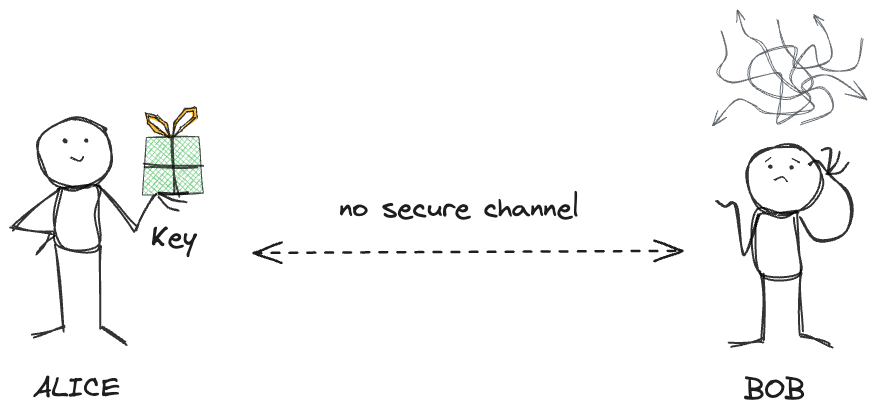
Before: ndclondon-2025/graphics/key-distribution.excalidraw.png, a diagram exported from Excalidraw (filipw/filipw.github.io). Source tidied: one line per element, renumbered; positions are measured from the earlier drawing's top-left corner, leaving out a move shared by most shapes. The source it was exported from:
```json
{"id": 0, "type": "ellipse", "strokeColor": "#000000", "backgroundColor": "#ffffff", "fillStyle": "hachure", "strokeWidth": 2, "roughness": 2, "opacity": 80, "x": 736, "y": 134, "width": 75, "height": 71}
{"id": 1, "type": "line", "strokeColor": "#000000", "backgroundColor": "#ffffff", "fillStyle": "hachure", "strokeWidth": 2, "roughness": 2, "opacity": 80, "round": true, "x": 786, "y": 205, "width": 43, "height": 64, "points": [[0, 0], [0, 34], [0, 60], [-38, 59], [-43, 23], [-37, -4], [-17, 0], [0, 0]]}
{"id": 2, "type": "line", "strokeColor": "#000000", "backgroundColor": "#ffffff", "fillStyle": "hachure", "strokeWidth": 2, "roughness": 1, "opacity": 80, "round": true, "x": 789, "y": 207, "width": 52, "height": 79, "points": [[0, 0], [13, 21], [31, 22], [47, 15], [52, -5], [46, -24], [30, -41], [18, -57], [10, -51]]}
{"id": 3, "type": "line", "strokeColor": "#000000", "backgroundColor": "#ffffff", "fillStyle": "hachure", "strokeWidth": 2, "roughness": 1, "opacity": 80, "round": true, "x": 748, "y": 206, "width": 41, "height": 52, "points": [[0, 0], [-15, 38], [-23, -10], [-33, -9], [-41, -14]]}
{"id": 4, "type": "line", "strokeColor": "#000000", "backgroundColor": "#ffffff", "fillStyle": "hachure", "strokeWidth": 2, "roughness": 2, "opacity": 80, "x": 790, "y": 263, "width": 31, "height": 74, "points": [[0, 0], [1, 60], [31, 74]]}
{"id": 5, "type": "line", "strokeColor": "#000000", "backgroundColor": "#ffffff", "fillStyle": "hachure", "strokeWidth": 2, "roughness": 1, "opacity": 80, "round": true, "x": 818, "y": 161, "width": 9, "height": 21, "points": [[0, 0], [2, -21], [-7, -20]]}
{"id": 6, "type": "line", "strokeColor": "#000000", "backgroundColor": "#ffffff", "fillStyle": "hachure", "strokeWidth": 2, "roughness": 1, "opacity": 80, "round": true, "x": 818, "y": 163, "width": 11, "height": 20, "points": [[0, 0], [9, -10], [11, -20]]}
{"id": 7, "type": "line", "strokeColor": "#000000", "backgroundColor": "#ffffff", "fillStyle": "hachure", "strokeWidth": 2, "roughness": 1, "opacity": 80, "round": true, "x": 816, "y": 165, "width": 21, "height": 12, "points": [[0, 0], [13, -2], [21, -12]]}
{"id": 8, "type": "line", "strokeColor": "#000000", "backgroundColor": "#ffffff", "fillStyle": "hachure", "strokeWidth": 2, "roughness": 2, "opacity": 80, "x": 752, "y": 265, "width": 32, "height": 71, "points": [[0, 0], [2, 64], [-30, 71]]}
{"id": 9, "type": "line", "strokeColor": "#000000", "backgroundColor": "#ffffff", "fillStyle": "cross-hatch", "strokeWidth": 1, "roughness": 1, "opacity": 80, "round": true, "x": 777, "y": 172, "width": 13, "height": 5, "points": [[0, 0], [-5, -5], [-13, -1]]}
{"id": 10, "type": "freedraw", "strokeColor": "#000000", "backgroundColor": "#ffffff", "fillStyle": "cross-hatch", "strokeWidth": 1, "roughness": 1, "opacity": 80, "x": 781, "y": 158, "width": 0, "height": 0, "points": [[0, 0], [0, 0]]}
{"id": 11, "type": "freedraw", "strokeColor": "#000000", "backgroundColor": "#ffffff", "fillStyle": "cross-hatch", "strokeWidth": 1, "roughness": 1, "opacity": 80, "x": 760, "y": 157, "width": 0, "height": 0, "points": [[0, 0], [0, 0]]}
{"id": 12, "type": "line", "strokeColor": "#000000", "backgroundColor": "#ffffff", "fillStyle": "cross-hatch", "strokeWidth": 1, "roughness": 1, "opacity": 80, "round": true, "x": 789, "y": 153, "width": 8, "height": 4, "points": [[0, 0], [-8, -4]]}
{"id": 13, "type": "line", "strokeColor": "#000000", "backgroundColor": "#ffffff", "fillStyle": "cross-hatch", "strokeWidth": 1, "roughness": 1, "opacity": 80, "round": true, "x": 755, "y": 152, "width": 6, "height": 4, "points": [[0, 0], [6, -4]]}
{"id": 14, "type": "arrow", "strokeColor": "#495057", "backgroundColor": "#ffffff", "fillStyle": "cross-hatch", "strokeWidth": 1, "roughness": 1, "opacity": 80, "endArrowhead": "arrow", "round": true, "x": 790, "y": 114, "width": 81, "height": 107, "points": [[0, 0], [32, -14], [20, -37], [-15, -25], [-49, -40], [-44, -66], [-6, -77], [-5, -57], [29, -63], [28, -89], [12, -107]]}
{"id": 15, "type": "arrow", "strokeColor": "#495057", "backgroundColor": "#ffffff", "fillStyle": "cross-hatch", "strokeWidth": 1, "roughness": 1, "opacity": 80, "endArrowhead": "arrow", "round": true, "x": 852, "y": 30, "width": 149, "height": 86, "points": [[0, 0], [-9, 28], [-41, 29], [-49, 6], [-72, 35], [-64, 52], [-49, 67], [-64, 74], [-97, 74], [-112, 64], [-127, 61], [-149, 86]]}
{"id": 16, "type": "arrow", "strokeColor": "#495057", "backgroundColor": "#ffffff", "fillStyle": "cross-hatch", "strokeWidth": 1, "roughness": 1, "opacity": 80, "endArrowhead": "arrow", "round": true, "x": 710, "y": 22, "width": 150, "height": 92, "points": [[0, 0], [6, 23], [-3, 41], [12, 51], [38, 44], [58, 41], [61, 58], [58, 78], [58, 92], [89, 70], [81, 54], [109, 43], [147, 68]]}
{"id": 17, "type": "arrow", "strokeColor": "#495057", "backgroundColor": "#ffffff", "fillStyle": "cross-hatch", "strokeWidth": 1, "roughness": 1, "opacity": 80, "endArrowhead": "arrow", "round": true, "x": 768, "y": 10, "width": 76, "height": 82, "points": [[0, 0], [8, 29], [35, 60], [23, 72], [-2, 52], [-15, 26], [-32, 14], [-41, -10]]}
{"id": 18, "type": "line", "strokeColor": "#000000", "backgroundColor": "#40c057", "fillStyle": "cross-hatch", "strokeWidth": 1, "roughness": 1, "opacity": 70, "x": 136, "y": 128, "width": 61, "height": 58, "points": [[0, 0], [53, -1], [57, 56], [-4, 58], [0, 0]]}
{"id": 19, "type": "line", "strokeColor": "#000000", "backgroundColor": "#40c057", "fillStyle": "solid", "strokeWidth": 2, "roughness": 2, "opacity": 70, "x": 162, "y": 128, "width": 4, "height": 56, "points": [[0, 0], [4, 56]]}
{"id": 20, "type": "line", "strokeColor": "#000000", "backgroundColor": "#40c057", "fillStyle": "solid", "strokeWidth": 2, "roughness": 2, "opacity": 70, "x": 135, "y": 156, "width": 56, "height": 1, "points": [[0, 0], [56, -1]]}
{"id": 21, "type": "line", "strokeColor": "#000000", "backgroundColor": "#fab005", "fillStyle": "solid", "strokeWidth": 1, "roughness": 2, "opacity": 80, "x": 160, "y": 128, "width": 25, "height": 25, "points": [[0, 0], [-3, -14], [-15, -22], [-25, -25], [-22, -13], [-16, -6], [0, 0], [-12, -9], [-21, -15], [-22, -22], [-15, -20], [-6, -13], [0, 0]]}
{"id": 22, "type": "line", "strokeColor": "#000000", "backgroundColor": "#fab005", "fillStyle": "solid", "strokeWidth": 1, "roughness": 2, "opacity": 80, "x": 163, "y": 126, "width": 24, "height": 29, "points": [[0, 0], [2, -14], [12, -26], [24, -28], [24, -18], [10, -6], [1, 0], [9, -9], [21, -19], [21, -25], [13, -23], [4, -13], [0, 0]]}
{"id": 23, "type": "ellipse", "strokeColor": "#000000", "backgroundColor": "#ffffff", "fillStyle": "hachure", "strokeWidth": 2, "roughness": 2, "opacity": 80, "x": 27, "y": 108, "width": 75, "height": 71}
{"id": 24, "type": "line", "strokeColor": "#000000", "backgroundColor": "#ffffff", "fillStyle": "hachure", "strokeWidth": 2, "roughness": 2, "opacity": 80, "round": true, "x": 50, "y": 179, "width": 44, "height": 64, "points": [[0, 0], [-7, 34], [0, 60], [38, 59], [37, 24], [37, -4], [17, 0], [0, 0]]}
{"id": 25, "type": "line", "strokeColor": "#000000", "backgroundColor": "#ffffff", "fillStyle": "hachure", "strokeWidth": 2, "roughness": 2, "opacity": 80, "x": 48, "y": 182, "width": 48, "height": 60, "points": [[0, 0], [-48, 36], [-5, 43], [-23, 60]]}
{"id": 26, "type": "line", "strokeColor": "#000000", "backgroundColor": "#ffffff", "fillStyle": "hachure", "strokeWidth": 2, "roughness": 2, "opacity": 80, "x": 90, "y": 176, "width": 54, "height": 44, "points": [[0, 0], [34, 44], [54, 9]]}
{"id": 27, "type": "line", "strokeColor": "#000000", "backgroundColor": "#ffffff", "fillStyle": "hachure", "strokeWidth": 2, "roughness": 1, "opacity": 80, "round": true, "x": 149, "y": 183, "width": 28, "height": 2, "points": [[0, 0], [15, 2], [28, 1]]}
{"id": 28, "type": "line", "strokeColor": "#000000", "backgroundColor": "#ffffff", "fillStyle": "hachure", "strokeWidth": 2, "roughness": 1, "opacity": 80, "round": true, "x": 148, "y": 183, "width": 27, "height": 9, "points": [[0, 0], [14, 7], [27, 9]]}
{"id": 29, "type": "line", "strokeColor": "#000000", "backgroundColor": "#ffffff", "fillStyle": "hachure", "strokeWidth": 2, "roughness": 1, "opacity": 80, "round": true, "x": 148, "y": 187, "width": 20, "height": 13, "points": [[0, 0], [9, 11], [20, 13]]}
{"id": 30, "type": "line", "strokeColor": "#000000", "backgroundColor": "#ffffff", "fillStyle": "hachure", "strokeWidth": 2, "roughness": 2, "opacity": 80, "x": 47, "y": 239, "width": 30, "height": 89, "points": [[0, 0], [5, 79], [-25, 89]]}
{"id": 31, "type": "line", "strokeColor": "#000000", "backgroundColor": "#ffffff", "fillStyle": "hachure", "strokeWidth": 2, "roughness": 2, "opacity": 80, "x": 90, "y": 240, "width": 25, "height": 95, "points": [[0, 0], [1, 79], [25, 95]]}
{"id": 32, "type": "freedraw", "strokeColor": "#000000", "backgroundColor": "#ffffff", "fillStyle": "cross-hatch", "strokeWidth": 1, "roughness": 1, "opacity": 80, "x": 55, "y": 131, "width": 1, "height": 1, "points": [[0, 0], [1, 1]]}
{"id": 33, "type": "freedraw", "strokeColor": "#000000", "backgroundColor": "#ffffff", "fillStyle": "cross-hatch", "strokeWidth": 1, "roughness": 1, "opacity": 80, "x": 76, "y": 131, "width": 0, "height": 1, "points": [[0, 0], [0, -1], [0, 0]]}
{"id": 34, "type": "line", "strokeColor": "#000000", "angle": 3.15, "backgroundColor": "#ffffff", "fillStyle": "cross-hatch", "strokeWidth": 1, "roughness": 1, "opacity": 80, "round": true, "x": 60, "y": 152, "width": 13, "height": 5, "points": [[0, 0], [5, -5], [13, -1]]}
{"id": 35, "type": "text", "text": "Key", "strokeColor": "#1e1e1e", "strokeWidth": 2, "roughness": 1, "fontSize": 28, "fontFamily": 1, "x": 140, "y": 210, "width": 46, "height": 35}
{"id": 36, "type": "arrow", "strokeColor": "#1e1e1e", "strokeWidth": 2, "strokeStyle": "dashed", "roughness": 1, "startArrowhead": "arrow", "endArrowhead": "arrow", "round": true, "x": 243, "y": 244, "width": 430, "height": 3, "points": [[0, 0], [430, -3]]}
{"id": 37, "type": "text", "text": "no secure channel", "strokeColor": "#1e1e1e", "strokeWidth": 2, "roughness": 1, "fontSize": 28, "fontFamily": 1, "x": 329, "y": 181, "width": 240, "height": 35}
{"id": 38, "type": "text", "text": "ALICE", "strokeColor": "#1e1e1e", "strokeWidth": 2, "strokeStyle": "dashed", "roughness": 1, "fontSize": 28, "fontFamily": 1, "x": 23, "y": 362, "width": 87, "height": 35}
{"id": 39, "type": "text", "text": "BOB", "strokeColor": "#1e1e1e", "strokeWidth": 2, "strokeStyle": "dashed", "roughness": 1, "fontSize": 28, "fontFamily": 1, "x": 734, "y": 363, "width": 61, "height": 35}
```
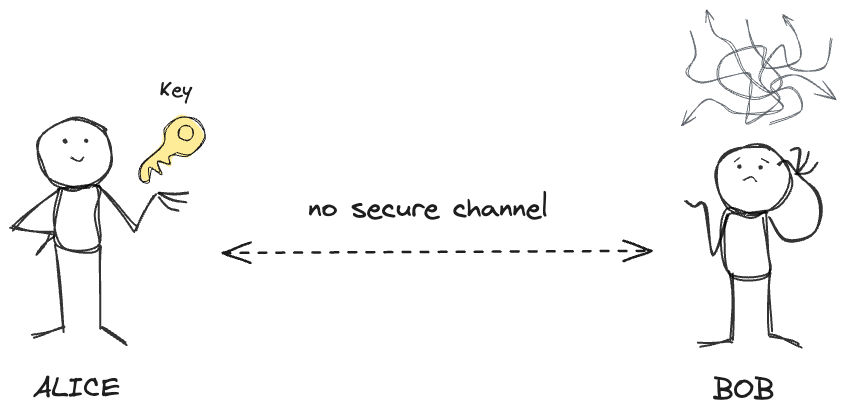
Later version of the same file.

The edit, as a diff of the source:
```diff
@@ -16,25 +16,23 @@
 {"id": 15, "type": "arrow", "strokeColor": "#495057", "backgroundColor": "#ffffff", "fillStyle": "cross-hatch", "strokeWidth": 1, "roughness": 1, "opacity": 80, "endArrowhead": "arrow", "round": true, "x": 852, "y": 30, "width": 149, "height": 86, "points": [[0, 0], [-9, 28], [-41, 29], [-49, 6], [-72, 35], [-64, 52], [-49, 67], [-64, 74], [-97, 74], [-112, 64], [-127, 61], [-149, 86]]}
 {"id": 16, "type": "arrow", "strokeColor": "#495057", "backgroundColor": "#ffffff", "fillStyle": "cross-hatch", "strokeWidth": 1, "roughness": 1, "opacity": 80, "endArrowhead": "arrow", "round": true, "x": 710, "y": 22, "width": 150, "height": 92, "points": [[0, 0], [6, 23], [-3, 41], [12, 51], [38, 44], [58, 41], [61, 58], [58, 78], [58, 92], [89, 70], [81, 54], [109, 43], [147, 68]]}
 {"id": 17, "type": "arrow", "strokeColor": "#495057", "backgroundColor": "#ffffff", "fillStyle": "cross-hatch", "strokeWidth": 1, "roughness": 1, "opacity": 80, "endArrowhead": "arrow", "round": true, "x": 768, "y": 10, "width": 76, "height": 82, "points": [[0, 0], [8, 29], [35, 60], [23, 72], [-2, 52], [-15, 26], [-32, 14], [-41, -10]]}
-{"id": 18, "type": "line", "strokeColor": "#000000", "backgroundColor": "#40c057", "fillStyle": "cross-hatch", "strokeWidth": 1, "roughness": 1, "opacity": 70, "x": 136, "y": 128, "width": 61, "height": 58, "points": [[0, 0], [53, -1], [57, 56], [-4, 58], [0, 0]]}
-{"id": 19, "type": "line", "strokeColor": "#000000", "backgroundColor": "#40c057", "fillStyle": "solid", "strokeWidth": 2, "roughness": 2, "opacity": 70, "x": 162, "y": 128, "width": 4, "height": 56, "points": [[0, 0], [4, 56]]}
-{"id": 20, "type": "line", "strokeColor": "#000000", "backgroundColor": "#40c057", "fillStyle": "solid", "strokeWidth": 2, "roughness": 2, "opacity": 70, "x": 135, "y": 156, "width": 56, "height": 1, "points": [[0, 0], [56, -1]]}
-{"id": 21, "type": "line", "strokeColor": "#000000", "backgroundColor": "#fab005", "fillStyle": "solid", "strokeWidth": 1, "roughness": 2, "opacity": 80, "x": 160, "y": 128, "width": 25, "height": 25, "points": [[0, 0], [-3, -14], [-15, -22], [-25, -25], [-22, -13], [-16, -6], [0, 0], [-12, -9], [-21, -15], [-22, -22], [-15, -20], [-6, -13], [0, 0]]}
-{"id": 22, "type": "line", "strokeColor": "#000000", "backgroundColor": "#fab005", "fillStyle": "solid", "strokeWidth": 1, "roughness": 2, "opacity": 80, "x": 163, "y": 126, "width": 24, "height": 29, "points": [[0, 0], [2, -14], [12, -26], [24, -28], [24, -18], [10, -6], [1, 0], [9, -9], [21, -19], [21, -25], [13, -23], [4, -13], [0, 0]]}
-{"id": 23, "type": "ellipse", "strokeColor": "#000000", "backgroundColor": "#ffffff", "fillStyle": "hachure", "strokeWidth": 2, "roughness": 2, "opacity": 80, "x": 27, "y": 108, "width": 75, "height": 71}
+{"id": 23, "type": "ellipse", "strokeColor": "#000000", "backgroundColor": "#ffffff", "fillStyle": "hachure", "strokeWidth": 2, "roughness": 2, "opacity": 80, "x": 58, "y": 108, "width": 75, "height": 71}
-{"id": 24, "type": "line", "strokeColor": "#000000", "backgroundColor": "#ffffff", "fillStyle": "hachure", "strokeWidth": 2, "roughness": 2, "opacity": 80, "round": true, "x": 50, "y": 179, "width": 44, "height": 64, "points": [[0, 0], [-7, 34], [0, 60], [38, 59], [37, 24], [37, -4], [17, 0], [0, 0]]}
+{"id": 24, "type": "line", "strokeColor": "#000000", "backgroundColor": "#ffffff", "fillStyle": "hachure", "strokeWidth": 2, "roughness": 2, "opacity": 80, "round": true, "x": 81, "y": 179, "width": 44, "height": 64, "points": [[0, 0], [-7, 34], [0, 60], [38, 59], [37, 24], [37, -4], [17, 0], [0, 0]]}
-{"id": 25, "type": "line", "strokeColor": "#000000", "backgroundColor": "#ffffff", "fillStyle": "hachure", "strokeWidth": 2, "roughness": 2, "opacity": 80, "x": 48, "y": 182, "width": 48, "height": 60, "points": [[0, 0], [-48, 36], [-5, 43], [-23, 60]]}
+{"id": 25, "type": "line", "strokeColor": "#000000", "backgroundColor": "#ffffff", "fillStyle": "hachure", "strokeWidth": 2, "roughness": 2, "opacity": 80, "x": 79, "y": 182, "width": 48, "height": 60, "points": [[0, 0], [-48, 36], [-5, 43], [-23, 60]]}
-{"id": 26, "type": "line", "strokeColor": "#000000", "backgroundColor": "#ffffff", "fillStyle": "hachure", "strokeWidth": 2, "roughness": 2, "opacity": 80, "x": 90, "y": 176, "width": 54, "height": 44, "points": [[0, 0], [34, 44], [54, 9]]}
+{"id": 26, "type": "line", "strokeColor": "#000000", "backgroundColor": "#ffffff", "fillStyle": "hachure", "strokeWidth": 2, "roughness": 2, "opacity": 80, "x": 121, "y": 176, "width": 54, "height": 44, "points": [[0, 0], [34, 44], [54, 9]]}
-{"id": 27, "type": "line", "strokeColor": "#000000", "backgroundColor": "#ffffff", "fillStyle": "hachure", "strokeWidth": 2, "roughness": 1, "opacity": 80, "round": true, "x": 149, "y": 183, "width": 28, "height": 2, "points": [[0, 0], [15, 2], [28, 1]]}
+{"id": 27, "type": "line", "strokeColor": "#000000", "backgroundColor": "#ffffff", "fillStyle": "hachure", "strokeWidth": 2, "roughness": 1, "opacity": 80, "round": true, "x": 180, "y": 183, "width": 28, "height": 2, "points": [[0, 0], [15, 2], [28, 1]]}
-{"id": 28, "type": "line", "strokeColor": "#000000", "backgroundColor": "#ffffff", "fillStyle": "hachure", "strokeWidth": 2, "roughness": 1, "opacity": 80, "round": true, "x": 148, "y": 183, "width": 27, "height": 9, "points": [[0, 0], [14, 7], [27, 9]]}
+{"id": 28, "type": "line", "strokeColor": "#000000", "backgroundColor": "#ffffff", "fillStyle": "hachure", "strokeWidth": 2, "roughness": 1, "opacity": 80, "round": true, "x": 179, "y": 184, "width": 27, "height": 9, "points": [[0, 0], [14, 7], [27, 9]]}
-{"id": 29, "type": "line", "strokeColor": "#000000", "backgroundColor": "#ffffff", "fillStyle": "hachure", "strokeWidth": 2, "roughness": 1, "opacity": 80, "round": true, "x": 148, "y": 187, "width": 20, "height": 13, "points": [[0, 0], [9, 11], [20, 13]]}
+{"id": 29, "type": "line", "strokeColor": "#000000", "backgroundColor": "#ffffff", "fillStyle": "hachure", "strokeWidth": 2, "roughness": 1, "opacity": 80, "round": true, "x": 179, "y": 188, "width": 20, "height": 13, "points": [[0, 0], [9, 11], [20, 13]]}
-{"id": 30, "type": "line", "strokeColor": "#000000", "backgroundColor": "#ffffff", "fillStyle": "hachure", "strokeWidth": 2, "roughness": 2, "opacity": 80, "x": 47, "y": 239, "width": 30, "height": 89, "points": [[0, 0], [5, 79], [-25, 89]]}
+{"id": 30, "type": "line", "strokeColor": "#000000", "backgroundColor": "#ffffff", "fillStyle": "hachure", "strokeWidth": 2, "roughness": 2, "opacity": 80, "x": 78, "y": 239, "width": 30, "height": 89, "points": [[0, 0], [5, 79], [-25, 89]]}
-{"id": 31, "type": "line", "strokeColor": "#000000", "backgroundColor": "#ffffff", "fillStyle": "hachure", "strokeWidth": 2, "roughness": 2, "opacity": 80, "x": 90, "y": 240, "width": 25, "height": 95, "points": [[0, 0], [1, 79], [25, 95]]}
+{"id": 31, "type": "line", "strokeColor": "#000000", "backgroundColor": "#ffffff", "fillStyle": "hachure", "strokeWidth": 2, "roughness": 2, "opacity": 80, "x": 121, "y": 240, "width": 25, "height": 95, "points": [[0, 0], [1, 79], [25, 95]]}
-{"id": 32, "type": "freedraw", "strokeColor": "#000000", "backgroundColor": "#ffffff", "fillStyle": "cross-hatch", "strokeWidth": 1, "roughness": 1, "opacity": 80, "x": 55, "y": 131, "width": 1, "height": 1, "points": [[0, 0], [1, 1]]}
+{"id": 32, "type": "freedraw", "strokeColor": "#000000", "backgroundColor": "#ffffff", "fillStyle": "cross-hatch", "strokeWidth": 1, "roughness": 1, "opacity": 80, "x": 86, "y": 132, "width": 1, "height": 1, "points": [[0, 0], [1, 1]]}
-{"id": 33, "type": "freedraw", "strokeColor": "#000000", "backgroundColor": "#ffffff", "fillStyle": "cross-hatch", "strokeWidth": 1, "roughness": 1, "opacity": 80, "x": 76, "y": 131, "width": 0, "height": 1, "points": [[0, 0], [0, -1], [0, 0]]}
+{"id": 33, "type": "freedraw", "strokeColor": "#000000", "backgroundColor": "#ffffff", "fillStyle": "cross-hatch", "strokeWidth": 1, "roughness": 1, "opacity": 80, "x": 107, "y": 131, "width": 0, "height": 1, "points": [[0, 0], [0, -1], [0, 0]]}
-{"id": 34, "type": "line", "strokeColor": "#000000", "angle": 3.15, "backgroundColor": "#ffffff", "fillStyle": "cross-hatch", "strokeWidth": 1, "roughness": 1, "opacity": 80, "round": true, "x": 60, "y": 152, "width": 13, "height": 5, "points": [[0, 0], [5, -5], [13, -1]]}
+{"id": 34, "type": "line", "strokeColor": "#000000", "angle": 3.15, "backgroundColor": "#ffffff", "fillStyle": "cross-hatch", "strokeWidth": 1, "roughness": 1, "opacity": 80, "round": true, "x": 91, "y": 152, "width": 13, "height": 5, "points": [[0, 0], [5, -5], [13, -1]]}
-{"id": 35, "type": "text", "text": "Key", "strokeColor": "#1e1e1e", "strokeWidth": 2, "roughness": 1, "fontSize": 28, "fontFamily": 1, "x": 140, "y": 210, "width": 46, "height": 35}
 {"id": 36, "type": "arrow", "strokeColor": "#1e1e1e", "strokeWidth": 2, "strokeStyle": "dashed", "roughness": 1, "startArrowhead": "arrow", "endArrowhead": "arrow", "round": true, "x": 243, "y": 244, "width": 430, "height": 3, "points": [[0, 0], [430, -3]]}
 {"id": 37, "type": "text", "text": "no secure channel", "strokeColor": "#1e1e1e", "strokeWidth": 2, "roughness": 1, "fontSize": 28, "fontFamily": 1, "x": 329, "y": 181, "width": 240, "height": 35}
-{"id": 38, "type": "text", "text": "ALICE", "strokeColor": "#1e1e1e", "strokeWidth": 2, "strokeStyle": "dashed", "roughness": 1, "fontSize": 28, "fontFamily": 1, "x": 23, "y": 362, "width": 87, "height": 35}
+{"id": 38, "type": "text", "text": "ALICE", "strokeColor": "#1e1e1e", "strokeWidth": 2, "strokeStyle": "dashed", "roughness": 1, "fontSize": 28, "fontFamily": 1, "x": 54, "y": 362, "width": 87, "height": 35}
 {"id": 39, "type": "text", "text": "BOB", "strokeColor": "#1e1e1e", "strokeWidth": 2, "strokeStyle": "dashed", "roughness": 1, "fontSize": 28, "fontFamily": 1, "x": 734, "y": 363, "width": 61, "height": 35}
+{"id": 40, "type": "ellipse", "strokeColor": "#1e1e1e", "backgroundColor": "#ffec99", "fillStyle": "solid", "strokeWidth": 1, "roughness": 1, "opacity": 0, "x": 138, "y": 94, "width": 116, "height": 116}
+{"id": 41, "type": "line", "strokeColor": "#1e1e1e", "backgroundColor": "#ffec99", "fillStyle": "solid", "strokeWidth": 1, "roughness": 1, "round": true, "x": 197, "y": 144, "width": 63, "height": 65, "points": [[0, 0], [14, 2], [28, -15], [21, -32], [4, -37], [-11, -24], [-14, -7], [-35, 12], [-35, 26], [-27, 28], [-26, 15], [-17, 20], [-18, 9], [-7, 12], [-7, 5], [0, 0]]}
+{"id": 42, "type": "ellipse", "strokeColor": "#1e1e1e", "backgroundColor": "#ffec99", "fillStyle": "solid", "strokeWidth": 1, "roughness": 1, "round": true, "x": 199, "y": 116, "width": 15, "height": 15}
+{"id": 35, "type": "text", "text": "Key", "strokeColor": "#1e1e1e", "backgroundColor": "#ffec99", "fillStyle": "solid", "strokeWidth": 1, "roughness": 1, "fontSize": 19.9, "fontFamily": 1, "textAlign": "center", "x": 180, "y": 68, "width": 32, "height": 25}
```
